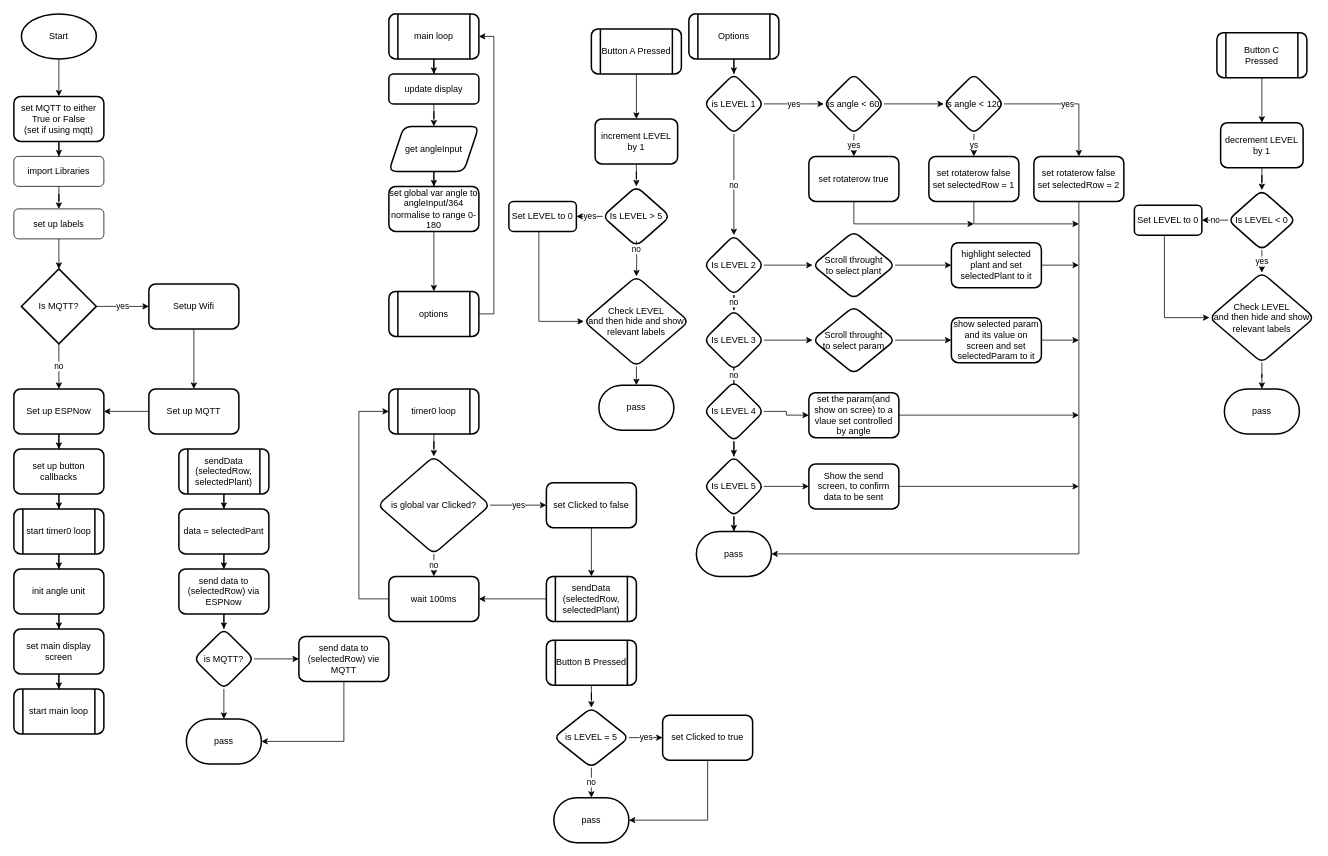
thisisnich/programmingProject1 keeps this draw.io diagram as page "Page-1" (1 of 4) of flowcharts/MasterFlowChart.drawio. Above is the earlier version. Source tidied: cells renumbered, new cells numbered last; positions are measured from the earlier drawing's top-left corner, leaving out a move shared by most shapes. Both pictures are drawn from the tidied source at 75%, with x=0, y=0 at pixel (14, 14).
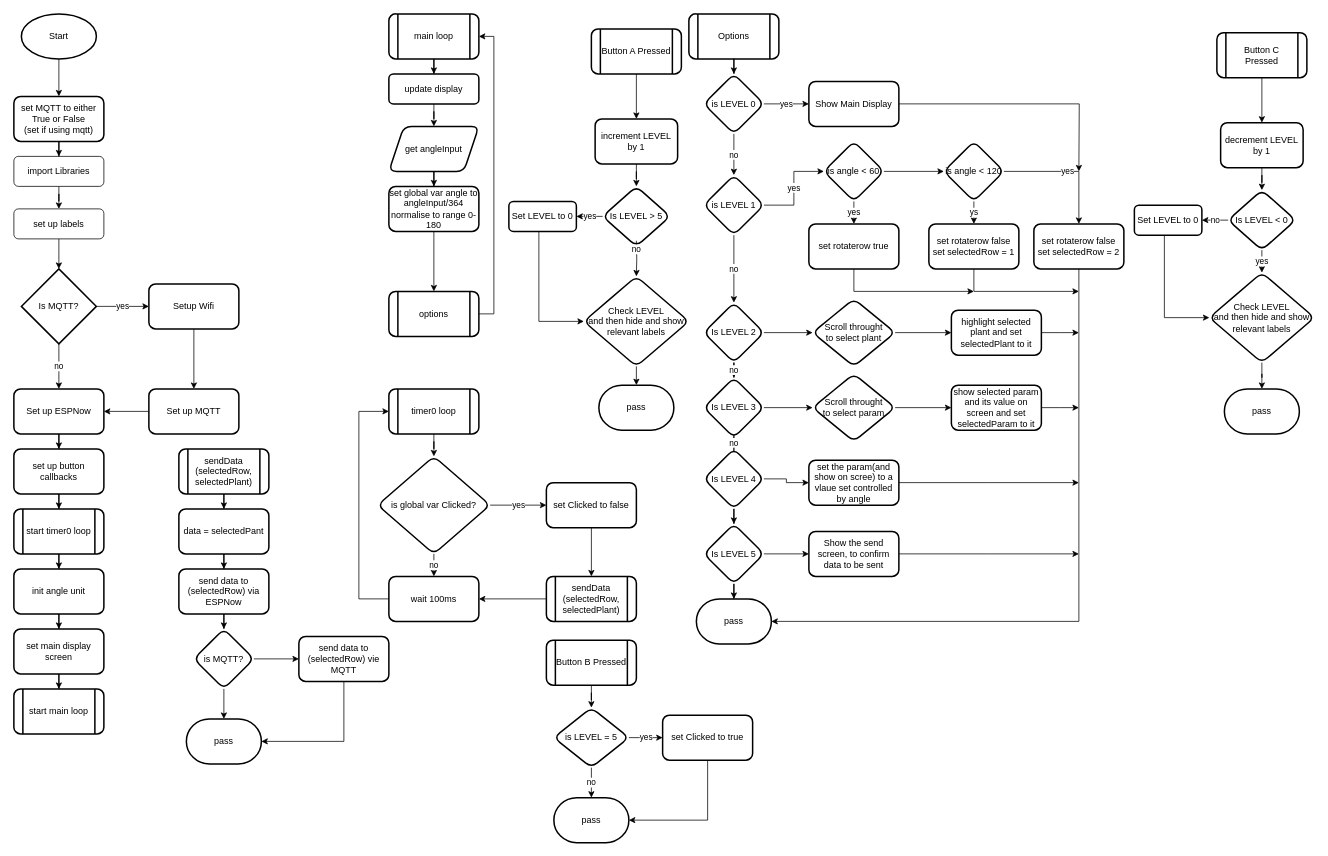
The same diagram, later.

The change refers to these unchanged cells:
```xml
<mxCell id="62" value="Options" style="shape=process;whiteSpace=wrap;html=1;backgroundOutline=1;rounded=1;strokeWidth=2;" parent="1" vertex="1">
  <mxGeometry x="900" width="120" height="60" as="geometry" />
</mxCell>
```

Change to the diagram source:
```diff
@@
-    <mxCell id="61" style="edgeStyle=orthogonalEdgeStyle;rounded=0;jettySize=auto;html=1;" parent="1" edge="1" source="62" target="65">
+    <mxCell id="61" value="no" style="edgeStyle=orthogonalEdgeStyle;rounded=0;jettySize=auto;html=1;" parent="1" edge="1" source="140" target="65">
       <mxGeometry relative="1" as="geometry" />
     </mxCell>
@@
     <mxCell id="65" value="is LEVEL 1" style="rhombus;whiteSpace=wrap;html=1;rounded=1;strokeWidth=2;" parent="1" vertex="1">
-      <mxGeometry x="920" y="80" width="80" height="80" as="geometry" />
+      <mxGeometry x="920" y="215" width="80" height="80" as="geometry" />
     </mxCell>
@@
     <mxCell id="68" value="Is LEVEL 2" style="rhombus;whiteSpace=wrap;html=1;rounded=1;strokeWidth=2;" parent="1" vertex="1">
-      <mxGeometry x="920" y="295" width="80" height="80" as="geometry" />
+      <mxGeometry x="920" y="385" width="80" height="80" as="geometry" />
     </mxCell>
@@
     <mxCell id="71" value="Is LEVEL 3" style="rhombus;whiteSpace=wrap;html=1;rounded=1;strokeWidth=2;" parent="1" vertex="1">
-      <mxGeometry x="920" y="395" width="80" height="80" as="geometry" />
+      <mxGeometry x="920" y="485" width="80" height="80" as="geometry" />
     </mxCell>
@@
     <mxCell id="74" value="Is LEVEL 4" style="rhombus;whiteSpace=wrap;html=1;rounded=1;strokeWidth=2;" parent="1" vertex="1">
-      <mxGeometry x="920" y="490" width="80" height="80" as="geometry" />
+      <mxGeometry x="920" y="580" width="80" height="80" as="geometry" />
     </mxCell>
@@
     <mxCell id="77" value="is angle &amp;lt; 60" style="rhombus;whiteSpace=wrap;html=1;rounded=1;strokeWidth=2;" parent="1" vertex="1">
-      <mxGeometry x="1080" y="80" width="80" height="80" as="geometry" />
+      <mxGeometry x="1080" y="170" width="80" height="80" as="geometry" />
     </mxCell>
     <mxCell id="78" style="edgeStyle=orthogonalEdgeStyle;rounded=0;orthogonalLoop=1;jettySize=auto;html=1;" parent="1" edge="1">
       <mxGeometry relative="1" as="geometry">
-        <mxPoint x="1120" y="250" as="sourcePoint" />
-        <mxPoint x="1280" y="280" as="targetPoint" />
+        <mxPoint x="1120" y="340" as="sourcePoint" />
+        <mxPoint x="1280" y="370" as="targetPoint" />
         <Array as="points">
-          <mxPoint x="1120" y="280" />
+          <mxPoint x="1120" y="370" />
         </Array>
       </mxGeometry>
     </mxCell>
     <mxCell id="79" value="set rotaterow true" style="rounded=1;whiteSpace=wrap;html=1;strokeWidth=2;" parent="1" vertex="1">
-      <mxGeometry x="1060" y="190" width="120" height="60" as="geometry" />
+      <mxGeometry x="1060" y="280" width="120" height="60" as="geometry" />
     </mxCell>
@@
     <mxCell id="82" value="is angle &amp;lt; 120" style="rhombus;whiteSpace=wrap;html=1;rounded=1;strokeWidth=2;" parent="1" vertex="1">
-      <mxGeometry x="1240" y="80" width="80" height="80" as="geometry" />
+      <mxGeometry x="1240" y="170" width="80" height="80" as="geometry" />
     </mxCell>
     <mxCell id="83" style="edgeStyle=orthogonalEdgeStyle;rounded=0;jettySize=auto;html=1;" parent="1" edge="1" source="84">
       <mxGeometry relative="1" as="geometry">
-        <mxPoint x="1420" y="280" as="targetPoint" />
+        <mxPoint x="1420" y="370" as="targetPoint" />
         <Array as="points">
-          <mxPoint x="1280" y="280" />
+          <mxPoint x="1280" y="370" />
         </Array>
       </mxGeometry>
     </mxCell>
     <mxCell id="84" value="&lt;div&gt;set rotaterow false&lt;/div&gt;&lt;div&gt;set selectedRow = 1&lt;/div&gt;" style="whiteSpace=wrap;html=1;rounded=1;strokeWidth=2;" parent="1" vertex="1">
-      <mxGeometry x="1220" y="190" width="120" height="60" as="geometry" />
+      <mxGeometry x="1220" y="280" width="120" height="60" as="geometry" />
     </mxCell>
     <mxCell id="85" value="&lt;div&gt;set rotaterow false&lt;/div&gt;&lt;div&gt;set selectedRow = 2&lt;/div&gt;" style="whiteSpace=wrap;html=1;rounded=1;strokeWidth=2;" parent="1" vertex="1">
-      <mxGeometry x="1360" y="190" width="120" height="60" as="geometry" />
+      <mxGeometry x="1360" y="280" width="120" height="60" as="geometry" />
     </mxCell>
     <mxCell id="86" value="pass" style="strokeWidth=2;html=1;shape=mxgraph.flowchart.terminator;whiteSpace=wrap;" parent="1" vertex="1">
-      <mxGeometry x="910" y="690" width="100" height="60" as="geometry" />
+      <mxGeometry x="910" y="780" width="100" height="60" as="geometry" />
     </mxCell>
     <mxCell id="87" style="edgeStyle=orthogonalEdgeStyle;rounded=0;jettySize=auto;html=1;entryX=1;entryY=0.5;entryDx=0;entryDy=0;entryPerimeter=0;" parent="1" edge="1" source="85" target="86">
       <mxGeometry relative="1" as="geometry">
         <Array as="points">
-          <mxPoint x="1420" y="720" />
+          <mxPoint x="1420" y="810" />
         </Array>
       </mxGeometry>
     </mxCell>
@@
     <mxCell id="89" value="&lt;div&gt;Scroll throught&lt;/div&gt;&lt;div&gt;to select plant&lt;/div&gt;" style="rhombus;whiteSpace=wrap;html=1;rounded=1;strokeWidth=2;" parent="1" vertex="1">
-      <mxGeometry x="1065" y="290" width="110" height="90" as="geometry" />
+      <mxGeometry x="1065" y="380" width="110" height="90" as="geometry" />
     </mxCell>
     <mxCell id="90" style="edgeStyle=orthogonalEdgeStyle;rounded=0;jettySize=auto;html=1;" parent="1" edge="1" source="91">
       <mxGeometry relative="1" as="geometry">
-        <mxPoint x="1420" y="335" as="targetPoint" />
+        <mxPoint x="1420" y="425" as="targetPoint" />
       </mxGeometry>
     </mxCell>
     <mxCell id="91" value="highlight selected plant and set selectedPlant to it" style="whiteSpace=wrap;html=1;rounded=1;strokeWidth=2;" parent="1" vertex="1">
-      <mxGeometry x="1250" y="305" width="120" height="60" as="geometry" />
+      <mxGeometry x="1250" y="395" width="120" height="60" as="geometry" />
     </mxCell>
@@
     <mxCell id="93" value="&lt;div&gt;Scroll throught&lt;/div&gt;&lt;div&gt;to select param&lt;/div&gt;" style="rhombus;whiteSpace=wrap;html=1;rounded=1;strokeWidth=2;" parent="1" vertex="1">
-      <mxGeometry x="1065" y="390" width="110" height="90" as="geometry" />
+      <mxGeometry x="1065" y="480" width="110" height="90" as="geometry" />
     </mxCell>
     <mxCell id="94" style="edgeStyle=orthogonalEdgeStyle;rounded=0;jettySize=auto;html=1;" parent="1" edge="1" source="95">
       <mxGeometry relative="1" as="geometry">
-        <mxPoint x="1420" y="435" as="targetPoint" />
+        <mxPoint x="1420" y="525" as="targetPoint" />
       </mxGeometry>
     </mxCell>
     <mxCell id="95" value="show selected param and its value on screen and set selectedParam to it" style="whiteSpace=wrap;html=1;rounded=1;strokeWidth=2;" parent="1" vertex="1">
-      <mxGeometry x="1250" y="405" width="120" height="60" as="geometry" />
+      <mxGeometry x="1250" y="495" width="120" height="60" as="geometry" />
     </mxCell>
     <mxCell id="96" style="edgeStyle=orthogonalEdgeStyle;rounded=0;jettySize=auto;html=1;" parent="1" edge="1" source="97">
       <mxGeometry relative="1" as="geometry">
-        <mxPoint x="1420" y="535" as="targetPoint" />
+        <mxPoint x="1420" y="625" as="targetPoint" />
       </mxGeometry>
     </mxCell>
     <mxCell id="97" value="set the param(and show on scree) to a vlaue set controlled by angle" style="whiteSpace=wrap;html=1;rounded=1;strokeWidth=2;" parent="1" vertex="1">
-      <mxGeometry x="1060" y="505" width="120" height="60" as="geometry" />
+      <mxGeometry x="1060" y="595" width="120" height="60" as="geometry" />
     </mxCell>
@@
     <mxCell id="135" value="Is LEVEL 5" style="rhombus;whiteSpace=wrap;html=1;rounded=1;strokeWidth=2;" parent="1" vertex="1">
-      <mxGeometry x="920" y="590" width="80" height="80" as="geometry" />
+      <mxGeometry x="920" y="680" width="80" height="80" as="geometry" />
     </mxCell>
     <mxCell id="136" style="edgeStyle=orthogonalEdgeStyle;rounded=0;jettySize=auto;html=1;" parent="1" edge="1" source="137">
       <mxGeometry relative="1" as="geometry">
-        <mxPoint x="1420" y="630" as="targetPoint" />
+        <mxPoint x="1420" y="720" as="targetPoint" />
       </mxGeometry>
     </mxCell>
     <mxCell id="137" value="Show the send screen, to confirm data to be sent" style="whiteSpace=wrap;html=1;rounded=1;strokeWidth=2;" parent="1" vertex="1">
-      <mxGeometry x="1060" y="600" width="120" height="60" as="geometry" />
+      <mxGeometry x="1060" y="690" width="120" height="60" as="geometry" />
     </mxCell>
+    <mxCell id="138" style="edgeStyle=orthogonalEdgeStyle;rounded=0;jettySize=auto;html=1;" parent="1" edge="1" source="62" target="140">
+      <mxGeometry relative="1" as="geometry" />
+    </mxCell>
+    <mxCell id="139" value="yes" style="edgeStyle=orthogonalEdgeStyle;rounded=0;jettySize=auto;html=1;" parent="1" edge="1" source="140" target="142">
+      <mxGeometry relative="1" as="geometry" />
+    </mxCell>
+    <mxCell id="140" value="is LEVEL 0" style="rhombus;whiteSpace=wrap;html=1;rounded=1;strokeWidth=2;" parent="1" vertex="1">
+      <mxGeometry x="920" y="80" width="80" height="80" as="geometry" />
+    </mxCell>
+    <mxCell id="141" style="edgeStyle=orthogonalEdgeStyle;rounded=0;jettySize=auto;html=1;" parent="1" edge="1" source="142">
+      <mxGeometry relative="1" as="geometry">
+        <mxPoint x="1420" y="210" as="targetPoint" />
+      </mxGeometry>
+    </mxCell>
+    <mxCell id="142" value="Show Main Display" style="whiteSpace=wrap;html=1;rounded=1;strokeWidth=2;" parent="1" vertex="1">
+      <mxGeometry x="1060" y="90" width="120" height="60" as="geometry" />
+    </mxCell>
```
